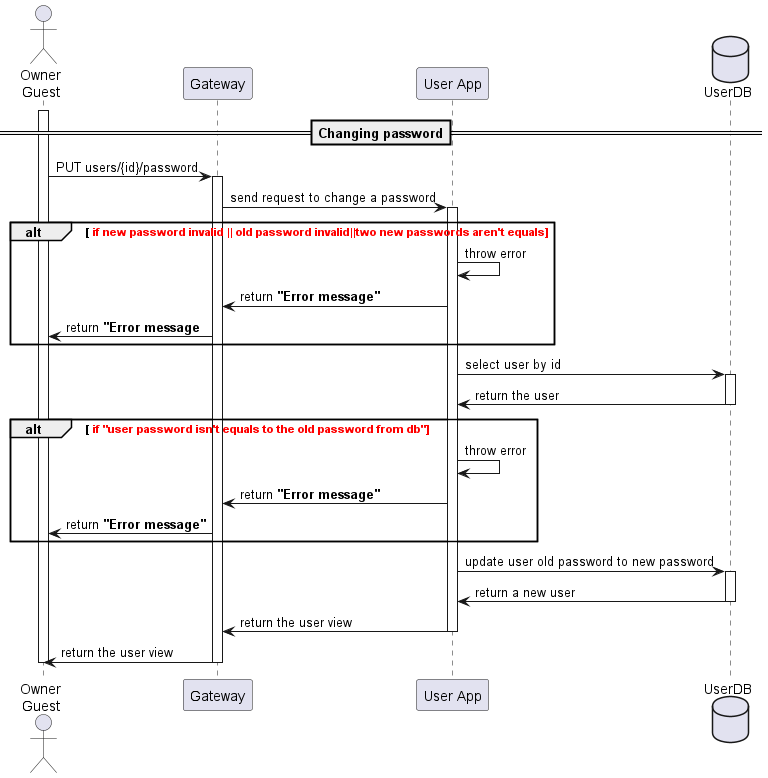
The PlantUML diagram image/changingPassword.png in OlgaDobrodey/sequence-diagram, before a commit. Source of this version:
```plantuml
@startuml

actor "Owner\nGuest" as user
participant "Gateway" as gateway
participant "User App" as service
database "UserDB" as base

==Changing password==
    activate user
user -> gateway :PUT users/{id}/password
    activate gateway
gateway -> service: send request to change a password
    activate service
alt  <font color=red> if new password invalid || old password invalid||two new passwords aren't equals
service -> service: throw error
service -> gateway: return <b>"Error message"
gateway -> user: return <b>"Error message
end

service -> base: select user by id
    activate base
base -> service: return the user
    deactivate base
alt <font color=red> if "user password isn't equals to the old password from db"
service -> service: throw error
service -> gateway: return <b>"Error message"
gateway -> user: return <b>"Error message"
end

service -> base: update user old password to new password
    activate base
base -> service: return a new user
    deactivate base
service -> gateway: return the user view
    deactivate service
gateway -> user: return the user view


    deactivate gateway
    deactivate user

@enduml
```
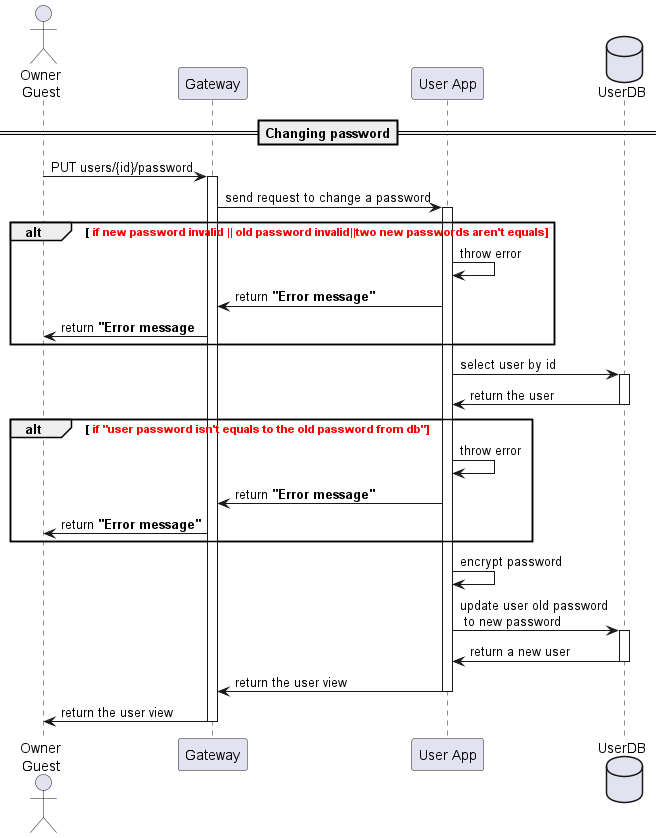
After the change.

What changed in the source:
```diff
@@ -6,7 +6,7 @@
 database "UserDB" as base
 
 ==Changing password==
-    activate user
+
 user -> gateway :PUT users/{id}/password
     activate gateway
 gateway -> service: send request to change a password
@@ -26,8 +26,8 @@
 service -> gateway: return <b>"Error message"
 gateway -> user: return <b>"Error message"
 end
-
-service -> base: update user old password to new password
+service -> service: encrypt password
+service -> base: update user old password\n to new password
     activate base
 base -> service: return a new user
     deactivate base
@@ -37,6 +37,6 @@
 
 
     deactivate gateway
-    deactivate user
+
 
 @enduml
```
